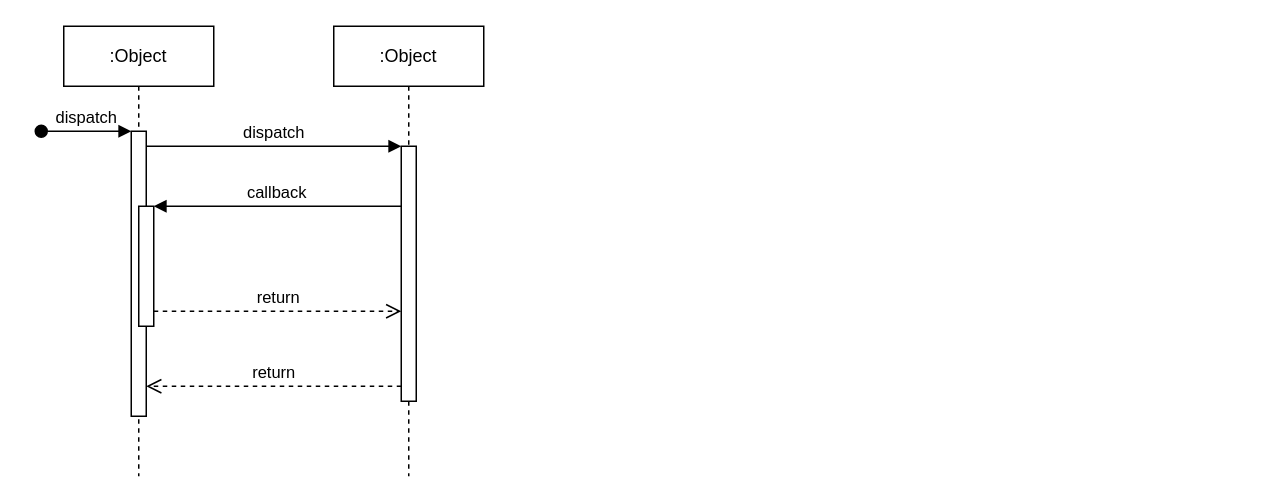
Above: Untitled Diagram.drawio in andrewjtgh/Use-Case-Diagrams (draw.io), before the change. Source tidied: cells renumbered, new cells numbered last; positions are measured from the earlier drawing's top-left corner, leaving out a move shared by most shapes. Both pictures are drawn from the tidied source at 150%, with x=0, y=0 at pixel (40, 26).
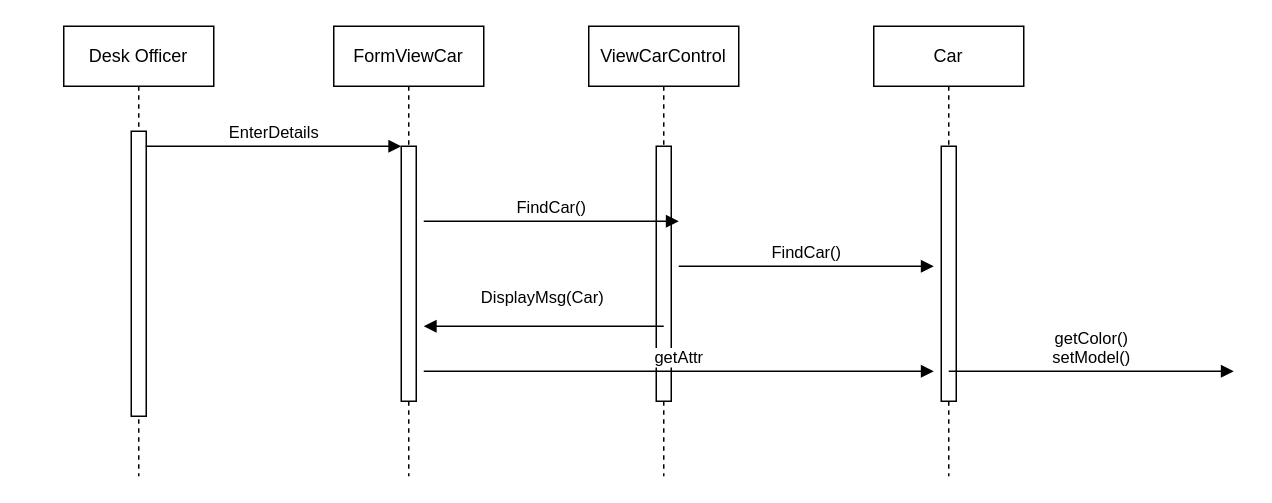
Above is the later version.

Unchanged cells that the change refers to:
```xml
<mxCell id="3" style="html=1;points=[];perimeter=orthogonalPerimeter;outlineConnect=0;targetShapes=umlLifeline;portConstraint=eastwest;newEdgeStyle={&quot;edgeStyle&quot;:&quot;elbowEdgeStyle&quot;,&quot;elbow&quot;:&quot;vertical&quot;,&quot;curved&quot;:0,&quot;rounded&quot;:0};" parent="2" vertex="1">
  <mxGeometry x="45" y="70" width="10" height="190" as="geometry" />
</mxCell>
<mxCell id="7" style="html=1;points=[];perimeter=orthogonalPerimeter;outlineConnect=0;targetShapes=umlLifeline;portConstraint=eastwest;newEdgeStyle={&quot;edgeStyle&quot;:&quot;elbowEdgeStyle&quot;,&quot;elbow&quot;:&quot;vertical&quot;,&quot;curved&quot;:0,&quot;rounded&quot;:0};" parent="6" vertex="1">
  <mxGeometry x="45" y="80" width="10" height="170" as="geometry" />
</mxCell>
```

What changed in the source:
```diff
@@
-    <mxCell id="2" value=":Object" style="shape=umlLifeline;perimeter=lifelinePerimeter;whiteSpace=wrap;html=1;newEdgeStyle={&quot;edgeStyle&quot;:&quot;elbowEdgeStyle&quot;,&quot;elbow&quot;:&quot;vertical&quot;,&quot;curved&quot;:0,&quot;rounded&quot;:0};" parent="1" vertex="1">
+    <mxCell id="2" value="Desk Officer" style="shape=umlLifeline;perimeter=lifelinePerimeter;whiteSpace=wrap;html=1;newEdgeStyle={&quot;edgeStyle&quot;:&quot;elbowEdgeStyle&quot;,&quot;elbow&quot;:&quot;vertical&quot;,&quot;curved&quot;:0,&quot;rounded&quot;:0};" parent="1" vertex="1">
       <mxGeometry x="15" width="100" height="300" as="geometry" />
     </mxCell>
@@
-    <mxCell id="4" value="dispatch" style="html=1;verticalAlign=bottom;startArrow=oval;endArrow=block;startSize=8;edgeStyle=elbowEdgeStyle;elbow=vertical;curved=0;rounded=0;" parent="2" edge="1" target="3">
-      <mxGeometry relative="1" as="geometry">
-        <mxPoint x="-15" y="70" as="sourcePoint" />
-      </mxGeometry>
-    </mxCell>
-    <mxCell id="5" style="html=1;points=[];perimeter=orthogonalPerimeter;outlineConnect=0;targetShapes=umlLifeline;portConstraint=eastwest;newEdgeStyle={&quot;edgeStyle&quot;:&quot;elbowEdgeStyle&quot;,&quot;elbow&quot;:&quot;vertical&quot;,&quot;curved&quot;:0,&quot;rounded&quot;:0};" parent="2" vertex="1">
-      <mxGeometry x="50" y="120" width="10" height="80" as="geometry" />
-    </mxCell>
-    <mxCell id="6" value=":Object" style="shape=umlLifeline;perimeter=lifelinePerimeter;whiteSpace=wrap;html=1;outlineConnect=0;portConstraint=eastwest;newEdgeStyle={&quot;edgeStyle&quot;:&quot;elbowEdgeStyle&quot;,&quot;elbow&quot;:&quot;vertical&quot;,&quot;curved&quot;:0,&quot;rounded&quot;:0};" parent="1" vertex="1">
+    <mxCell id="6" value="FormViewCar" style="shape=umlLifeline;perimeter=lifelinePerimeter;whiteSpace=wrap;html=1;outlineConnect=0;portConstraint=eastwest;newEdgeStyle={&quot;edgeStyle&quot;:&quot;elbowEdgeStyle&quot;,&quot;elbow&quot;:&quot;vertical&quot;,&quot;curved&quot;:0,&quot;rounded&quot;:0};" parent="1" vertex="1">
       <mxGeometry x="195" width="100" height="300" as="geometry" />
     </mxCell>
@@
+    <mxCell id="12" style="endArrow=classic;html=1;rounded=0;" parent="6" edge="1" source="7" target="6">
+      <mxGeometry relative="1" as="geometry" />
+    </mxCell>
-    <mxCell id="8" value="dispatch" style="html=1;verticalAlign=bottom;endArrow=block;edgeStyle=elbowEdgeStyle;elbow=vertical;curved=0;rounded=0;" parent="1" edge="1" source="3" target="7">
+    <mxCell id="8" value="EnterDetails" style="html=1;verticalAlign=bottom;endArrow=block;edgeStyle=elbowEdgeStyle;elbow=vertical;curved=0;rounded=0;" parent="1" edge="1" source="3" target="7">
       <mxGeometry relative="1" as="geometry">
         <Array as="points">
           <mxPoint x="155" y="80" />
         </Array>
       </mxGeometry>
     </mxCell>
-    <mxCell id="9" value="return" style="html=1;verticalAlign=bottom;endArrow=open;dashed=1;endSize=8;edgeStyle=elbowEdgeStyle;elbow=vertical;curved=0;rounded=0;" parent="1" edge="1" source="7" target="3">
-      <mxGeometry relative="1" as="geometry">
-        <Array as="points">
-          <mxPoint x="165" y="240" />
-        </Array>
-      </mxGeometry>
-    </mxCell>
-    <mxCell id="10" value="callback" style="html=1;verticalAlign=bottom;endArrow=block;edgeStyle=elbowEdgeStyle;elbow=vertical;curved=0;rounded=0;" parent="1" edge="1" source="7" target="5">
-      <mxGeometry relative="1" as="geometry">
-        <Array as="points">
-          <mxPoint x="165" y="120" />
-        </Array>
-      </mxGeometry>
-    </mxCell>
-    <mxCell id="11" value="return" style="html=1;verticalAlign=bottom;endArrow=open;dashed=1;endSize=8;edgeStyle=elbowEdgeStyle;elbow=vertical;curved=0;rounded=0;" parent="1" edge="1" source="5" target="7">
-      <mxGeometry relative="1" as="geometry">
-        <Array as="points">
-          <mxPoint x="155" y="190" />
-        </Array>
-      </mxGeometry>
-    </mxCell>
+    <mxCell id="13" value="ViewCarControl" style="shape=umlLifeline;perimeter=lifelinePerimeter;whiteSpace=wrap;html=1;outlineConnect=0;portConstraint=eastwest;newEdgeStyle={&quot;edgeStyle&quot;:&quot;elbowEdgeStyle&quot;,&quot;elbow&quot;:&quot;vertical&quot;,&quot;curved&quot;:0,&quot;rounded&quot;:0};" parent="1" vertex="1">
+      <mxGeometry x="365" width="100" height="300" as="geometry" />
+    </mxCell>
+    <mxCell id="14" style="html=1;points=[];perimeter=orthogonalPerimeter;outlineConnect=0;targetShapes=umlLifeline;portConstraint=eastwest;newEdgeStyle={&quot;edgeStyle&quot;:&quot;elbowEdgeStyle&quot;,&quot;elbow&quot;:&quot;vertical&quot;,&quot;curved&quot;:0,&quot;rounded&quot;:0};" parent="13" vertex="1">
+      <mxGeometry x="45" y="80" width="10" height="170" as="geometry" />
+    </mxCell>
+    <mxCell id="15" style="endArrow=classic;html=1;rounded=0;" parent="13" edge="1" source="14" target="13">
+      <mxGeometry relative="1" as="geometry" />
+    </mxCell>
+    <mxCell id="16" value="DisplayMsg(Car)" style="html=1;verticalAlign=bottom;endArrow=block;edgeStyle=elbowEdgeStyle;elbow=vertical;curved=0;rounded=0;" parent="1" edge="1">
+      <mxGeometry x="0.47" y="-10" relative="1" as="geometry">
+        <mxPoint x="275" y="200" as="sourcePoint" />
+        <mxPoint x="255" y="200" as="targetPoint" />
+        <Array as="points">
+          <mxPoint x="415" y="200" />
+        </Array>
+      </mxGeometry>
+    </mxCell>
+    <mxCell id="17" value="FindCar()" style="html=1;verticalAlign=bottom;endArrow=block;edgeStyle=elbowEdgeStyle;elbow=vertical;curved=0;rounded=0;" parent="1" edge="1">
+      <mxGeometry relative="1" as="geometry">
+        <mxPoint x="425" y="160" as="sourcePoint" />
+        <mxPoint x="595" y="160" as="targetPoint" />
+        <Array as="points">
+          <mxPoint x="510" y="160" />
+        </Array>
+      </mxGeometry>
+    </mxCell>
+    <mxCell id="18" value="Car" style="shape=umlLifeline;perimeter=lifelinePerimeter;whiteSpace=wrap;html=1;outlineConnect=0;portConstraint=eastwest;newEdgeStyle={&quot;edgeStyle&quot;:&quot;elbowEdgeStyle&quot;,&quot;elbow&quot;:&quot;vertical&quot;,&quot;curved&quot;:0,&quot;rounded&quot;:0};" parent="1" vertex="1">
+      <mxGeometry x="555" width="100" height="300" as="geometry" />
+    </mxCell>
+    <mxCell id="19" style="html=1;points=[];perimeter=orthogonalPerimeter;outlineConnect=0;targetShapes=umlLifeline;portConstraint=eastwest;newEdgeStyle={&quot;edgeStyle&quot;:&quot;elbowEdgeStyle&quot;,&quot;elbow&quot;:&quot;vertical&quot;,&quot;curved&quot;:0,&quot;rounded&quot;:0};" parent="18" vertex="1">
+      <mxGeometry x="45" y="80" width="10" height="170" as="geometry" />
+    </mxCell>
+    <mxCell id="20" style="endArrow=classic;html=1;rounded=0;" parent="18" edge="1" source="19" target="18">
+      <mxGeometry relative="1" as="geometry" />
+    </mxCell>
+    <mxCell id="21" value="FindCar()" style="html=1;verticalAlign=bottom;endArrow=block;edgeStyle=elbowEdgeStyle;elbow=vertical;curved=0;rounded=0;" parent="1" edge="1">
+      <mxGeometry relative="1" as="geometry">
+        <mxPoint x="255" y="130" as="sourcePoint" />
+        <mxPoint x="425" y="130" as="targetPoint" />
+        <Array as="points">
+          <mxPoint x="340" y="130" />
+        </Array>
+      </mxGeometry>
+    </mxCell>
+    <mxCell id="22" value="getAttr" style="html=1;verticalAlign=bottom;endArrow=block;edgeStyle=elbowEdgeStyle;elbow=vertical;curved=0;rounded=0;" parent="1" edge="1">
+      <mxGeometry relative="1" as="geometry">
+        <mxPoint x="255" y="230" as="sourcePoint" />
+        <mxPoint x="595" y="230" as="targetPoint" />
+        <Array as="points">
+          <mxPoint x="595" y="230" />
+          <mxPoint x="375" y="230" />
+          <mxPoint x="160" y="230" />
+        </Array>
+      </mxGeometry>
+    </mxCell>
+    <mxCell id="23" value="getColor()&lt;br&gt;setModel()" style="html=1;verticalAlign=bottom;endArrow=block;edgeStyle=elbowEdgeStyle;elbow=vertical;curved=0;rounded=0;" parent="1" edge="1">
+      <mxGeometry relative="1" as="geometry">
+        <mxPoint x="605" y="230" as="sourcePoint" />
+        <mxPoint x="795" y="230" as="targetPoint" />
+        <Array as="points">
+          <mxPoint x="690" y="230" />
+        </Array>
+      </mxGeometry>
+    </mxCell>
```
